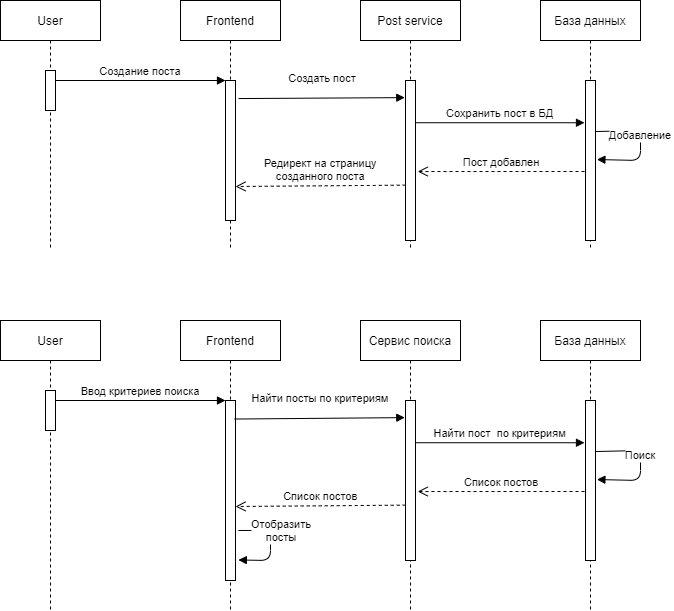
This is Sequence diagram.png from PsChester/go-labs, a draw.io export, as it was before one commit. Source tidied: cells renumbered, new cells last; positions are measured from the earlier drawing's top-left corner, leaving out a move shared by most shapes. Source of this version:
```xml
<mxGraphModel>
  <root>
    <mxCell id="0" />
    <mxCell id="1" parent="0" />
    <mxCell id="2" value="User" style="shape=umlLifeline;perimeter=lifelinePerimeter;rounded=0;shadow=0;strokeWidth=1;" parent="1" vertex="1">
      <mxGeometry width="100" height="250" as="geometry" />
    </mxCell>
    <mxCell id="3" style="points=[];perimeter=orthogonalPerimeter;rounded=0;shadow=0;strokeWidth=1;" parent="2" vertex="1">
      <mxGeometry x="45" y="70" width="10" height="40" as="geometry" />
    </mxCell>
    <mxCell id="4" value="Frontend" style="shape=umlLifeline;perimeter=lifelinePerimeter;rounded=0;shadow=0;strokeWidth=1;" parent="1" vertex="1">
      <mxGeometry x="180" width="100" height="250" as="geometry" />
    </mxCell>
    <mxCell id="5" style="points=[];perimeter=orthogonalPerimeter;rounded=0;shadow=0;strokeWidth=1;" parent="4" vertex="1">
      <mxGeometry x="45" y="80" width="10" height="140" as="geometry" />
    </mxCell>
    <mxCell id="6" value="Создание поста" style="verticalAlign=bottom;endArrow=block;entryX=0;entryY=0;shadow=0;strokeWidth=1;" parent="1" edge="1" source="3" target="5">
      <mxGeometry relative="1" as="geometry" />
    </mxCell>
    <mxCell id="7" value="База данных" style="shape=umlLifeline;perimeter=lifelinePerimeter;rounded=0;shadow=0;strokeWidth=1;" parent="1" vertex="1">
      <mxGeometry x="540" width="100" height="250" as="geometry" />
    </mxCell>
    <mxCell id="8" style="points=[];perimeter=orthogonalPerimeter;rounded=0;shadow=0;strokeWidth=1;" parent="7" vertex="1">
      <mxGeometry x="45" y="80" width="10" height="160" as="geometry" />
    </mxCell>
    <mxCell id="9" value="Добавление" style="verticalAlign=bottom;endArrow=block;shadow=0;strokeWidth=1;entryX=1.14;entryY=0.494;entryDx=0;entryDy=0;entryPerimeter=0;exitX=0.98;exitY=0.319;exitDx=0;exitDy=0;exitPerimeter=0;" parent="7" edge="1" source="8" target="8">
      <mxGeometry relative="1" as="geometry">
        <Array as="points">
          <mxPoint x="100" y="130" />
          <mxPoint x="100" y="160" />
        </Array>
      </mxGeometry>
    </mxCell>
    <mxCell id="10" value="Post service" style="shape=umlLifeline;perimeter=lifelinePerimeter;rounded=0;shadow=0;strokeWidth=1;" parent="1" vertex="1">
      <mxGeometry x="360" width="100" height="250" as="geometry" />
    </mxCell>
    <mxCell id="11" style="points=[];perimeter=orthogonalPerimeter;rounded=0;shadow=0;strokeWidth=1;" parent="10" vertex="1">
      <mxGeometry x="45" y="80" width="10" height="160" as="geometry" />
    </mxCell>
    <mxCell id="12" value="Создать пост" style="verticalAlign=bottom;endArrow=block;shadow=0;strokeWidth=1;exitX=1.3;exitY=0.129;exitDx=0;exitDy=0;exitPerimeter=0;entryX=-0.073;entryY=0.107;entryDx=0;entryDy=0;entryPerimeter=0;" parent="1" edge="1" source="5" target="11">
      <mxGeometry x="0.01" y="11" relative="1" as="geometry" />
    </mxCell>
    <mxCell id="13" value="Сохранить пост в БД" style="verticalAlign=bottom;endArrow=block;shadow=0;strokeWidth=1;exitX=1.06;exitY=0.264;exitDx=0;exitDy=0;exitPerimeter=0;entryX=-0.1;entryY=0.264;entryDx=0;entryDy=0;entryPerimeter=0;" parent="1" edge="1" source="11" target="8">
      <mxGeometry relative="1" as="geometry" />
    </mxCell>
    <mxCell id="14" value="Пост добавлен" style="verticalAlign=bottom;endArrow=open;dashed=1;endSize=8;shadow=0;strokeWidth=1;entryX=1.22;entryY=0.569;entryDx=0;entryDy=0;entryPerimeter=0;" parent="1" edge="1" target="11">
      <mxGeometry relative="1" as="geometry">
        <mxPoint x="584" y="171" as="sourcePoint" />
      </mxGeometry>
    </mxCell>
    <mxCell id="15" value="Редирект на страницу&#10;созданного поста" style="verticalAlign=bottom;endArrow=open;dashed=1;endSize=8;exitX=0.02;exitY=0.654;shadow=0;strokeWidth=1;exitDx=0;exitDy=0;exitPerimeter=0;" parent="1" edge="1" source="11">
      <mxGeometry relative="1" as="geometry">
        <mxPoint x="235" y="186" as="targetPoint" />
      </mxGeometry>
    </mxCell>
    <mxCell id="16" value="User" style="shape=umlLifeline;perimeter=lifelinePerimeter;rounded=0;shadow=0;strokeWidth=1;" parent="1" vertex="1">
      <mxGeometry y="320" width="100" height="290" as="geometry" />
    </mxCell>
    <mxCell id="17" style="points=[];perimeter=orthogonalPerimeter;rounded=0;shadow=0;strokeWidth=1;" parent="16" vertex="1">
      <mxGeometry x="45" y="70" width="10" height="40" as="geometry" />
    </mxCell>
    <mxCell id="18" value="Frontend" style="shape=umlLifeline;perimeter=lifelinePerimeter;rounded=0;shadow=0;strokeWidth=1;" parent="1" vertex="1">
      <mxGeometry x="180" y="320" width="100" height="290" as="geometry" />
    </mxCell>
    <mxCell id="19" style="points=[];perimeter=orthogonalPerimeter;rounded=0;shadow=0;strokeWidth=1;" parent="18" vertex="1">
      <mxGeometry x="45" y="80" width="10" height="180" as="geometry" />
    </mxCell>
    <mxCell id="20" value="Отобразить &#10;посты" style="verticalAlign=bottom;endArrow=block;shadow=0;strokeWidth=1;entryX=1.284;entryY=0.886;entryDx=0;entryDy=0;entryPerimeter=0;exitX=1.284;exitY=0.722;exitDx=0;exitDy=0;exitPerimeter=0;" parent="18" edge="1" source="19" target="19">
      <mxGeometry x="0.01" y="11" relative="1" as="geometry">
        <Array as="points">
          <mxPoint x="90" y="210" />
          <mxPoint x="90" y="240" />
        </Array>
      </mxGeometry>
    </mxCell>
    <mxCell id="21" value="Ввод критериев поиска" style="verticalAlign=bottom;endArrow=block;entryX=0;entryY=0;shadow=0;strokeWidth=1;" parent="1" edge="1" source="17" target="19">
      <mxGeometry relative="1" as="geometry" />
    </mxCell>
    <mxCell id="22" value="База данных" style="shape=umlLifeline;perimeter=lifelinePerimeter;rounded=0;shadow=0;strokeWidth=1;" parent="1" vertex="1">
      <mxGeometry x="540" y="320" width="100" height="290" as="geometry" />
    </mxCell>
    <mxCell id="23" style="points=[];perimeter=orthogonalPerimeter;rounded=0;shadow=0;strokeWidth=1;" parent="22" vertex="1">
      <mxGeometry x="45" y="80" width="10" height="160" as="geometry" />
    </mxCell>
    <mxCell id="24" value="Поиск" style="verticalAlign=bottom;endArrow=block;shadow=0;strokeWidth=1;entryX=1.14;entryY=0.494;entryDx=0;entryDy=0;entryPerimeter=0;exitX=0.98;exitY=0.319;exitDx=0;exitDy=0;exitPerimeter=0;" parent="22" edge="1" source="23" target="23">
      <mxGeometry relative="1" as="geometry">
        <Array as="points">
          <mxPoint x="100" y="130" />
          <mxPoint x="100" y="160" />
        </Array>
      </mxGeometry>
    </mxCell>
    <mxCell id="25" value="Сервис поиска" style="shape=umlLifeline;perimeter=lifelinePerimeter;rounded=0;shadow=0;strokeWidth=1;" parent="1" vertex="1">
      <mxGeometry x="360" y="320" width="100" height="290" as="geometry" />
    </mxCell>
    <mxCell id="26" style="points=[];perimeter=orthogonalPerimeter;rounded=0;shadow=0;strokeWidth=1;" parent="25" vertex="1">
      <mxGeometry x="45" y="80" width="10" height="160" as="geometry" />
    </mxCell>
    <mxCell id="27" value="Найти посты по критериям" style="verticalAlign=bottom;endArrow=block;shadow=0;strokeWidth=1;entryX=-0.073;entryY=0.107;entryDx=0;entryDy=0;entryPerimeter=0;exitX=0.9;exitY=0.103;exitDx=0;exitDy=0;exitPerimeter=0;" parent="1" edge="1" source="19" target="26">
      <mxGeometry x="0.01" y="11" relative="1" as="geometry" />
    </mxCell>
    <mxCell id="28" value="Найти пост  по критериям" style="verticalAlign=bottom;endArrow=block;shadow=0;strokeWidth=1;exitX=1.06;exitY=0.264;exitDx=0;exitDy=0;exitPerimeter=0;entryX=-0.1;entryY=0.264;entryDx=0;entryDy=0;entryPerimeter=0;" parent="1" edge="1" source="26" target="23">
      <mxGeometry relative="1" as="geometry" />
    </mxCell>
    <mxCell id="29" value="Список постов" style="verticalAlign=bottom;endArrow=open;dashed=1;endSize=8;shadow=0;strokeWidth=1;entryX=1.22;entryY=0.569;entryDx=0;entryDy=0;entryPerimeter=0;" parent="1" edge="1" target="26">
      <mxGeometry relative="1" as="geometry">
        <mxPoint x="584" y="491" as="sourcePoint" />
      </mxGeometry>
    </mxCell>
    <mxCell id="30" value="Список постов" style="verticalAlign=bottom;endArrow=open;dashed=1;endSize=8;exitX=0.02;exitY=0.654;shadow=0;strokeWidth=1;exitDx=0;exitDy=0;exitPerimeter=0;" parent="1" edge="1" source="26">
      <mxGeometry relative="1" as="geometry">
        <mxPoint x="235" y="506" as="targetPoint" />
      </mxGeometry>
    </mxCell>
  </root>
</mxGraphModel>
```
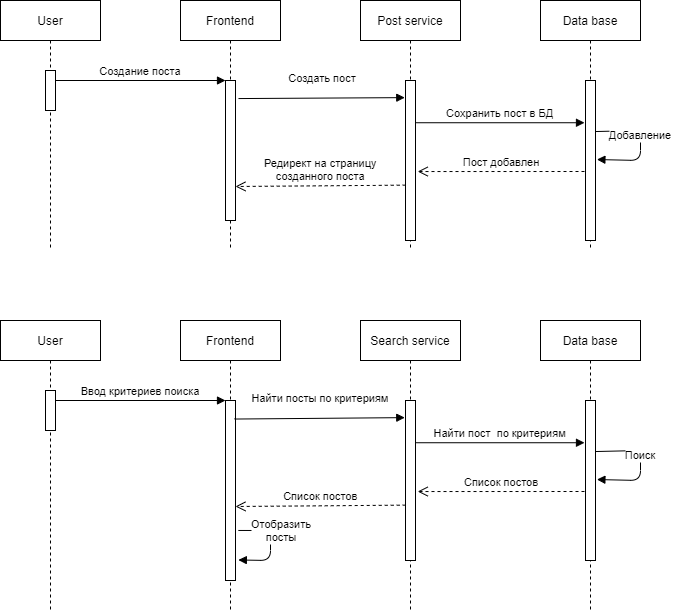
After the change.

Commit message:
Поправил названия компонентов

Diff of the diagram source:
```diff
@@ -17,7 +17,7 @@
     <mxCell id="6" value="Создание поста" style="verticalAlign=bottom;endArrow=block;entryX=0;entryY=0;shadow=0;strokeWidth=1;" parent="1" edge="1" source="3" target="5">
       <mxGeometry relative="1" as="geometry" />
     </mxCell>
-    <mxCell id="7" value="База данных" style="shape=umlLifeline;perimeter=lifelinePerimeter;rounded=0;shadow=0;strokeWidth=1;" parent="1" vertex="1">
+    <mxCell id="7" value="Data base" style="shape=umlLifeline;perimeter=lifelinePerimeter;rounded=0;shadow=0;strokeWidth=1;" parent="1" vertex="1">
       <mxGeometry x="540" width="100" height="250" as="geometry" />
     </mxCell>
     <mxCell id="8" style="points=[];perimeter=orthogonalPerimeter;rounded=0;shadow=0;strokeWidth=1;" parent="7" vertex="1">
@@ -76,7 +76,7 @@
     <mxCell id="21" value="Ввод критериев поиска" style="verticalAlign=bottom;endArrow=block;entryX=0;entryY=0;shadow=0;strokeWidth=1;" parent="1" edge="1" source="17" target="19">
       <mxGeometry relative="1" as="geometry" />
     </mxCell>
-    <mxCell id="22" value="База данных" style="shape=umlLifeline;perimeter=lifelinePerimeter;rounded=0;shadow=0;strokeWidth=1;" parent="1" vertex="1">
+    <mxCell id="22" value="Data base" style="shape=umlLifeline;perimeter=lifelinePerimeter;rounded=0;shadow=0;strokeWidth=1;" parent="1" vertex="1">
       <mxGeometry x="540" y="320" width="100" height="290" as="geometry" />
     </mxCell>
     <mxCell id="23" style="points=[];perimeter=orthogonalPerimeter;rounded=0;shadow=0;strokeWidth=1;" parent="22" vertex="1">
@@ -90,7 +90,7 @@
         </Array>
       </mxGeometry>
     </mxCell>
-    <mxCell id="25" value="Сервис поиска" style="shape=umlLifeline;perimeter=lifelinePerimeter;rounded=0;shadow=0;strokeWidth=1;" parent="1" vertex="1">
+    <mxCell id="25" value="Search service" style="shape=umlLifeline;perimeter=lifelinePerimeter;rounded=0;shadow=0;strokeWidth=1;" parent="1" vertex="1">
       <mxGeometry x="360" y="320" width="100" height="290" as="geometry" />
     </mxCell>
     <mxCell id="26" style="points=[];perimeter=orthogonalPerimeter;rounded=0;shadow=0;strokeWidth=1;" parent="25" vertex="1">
```
